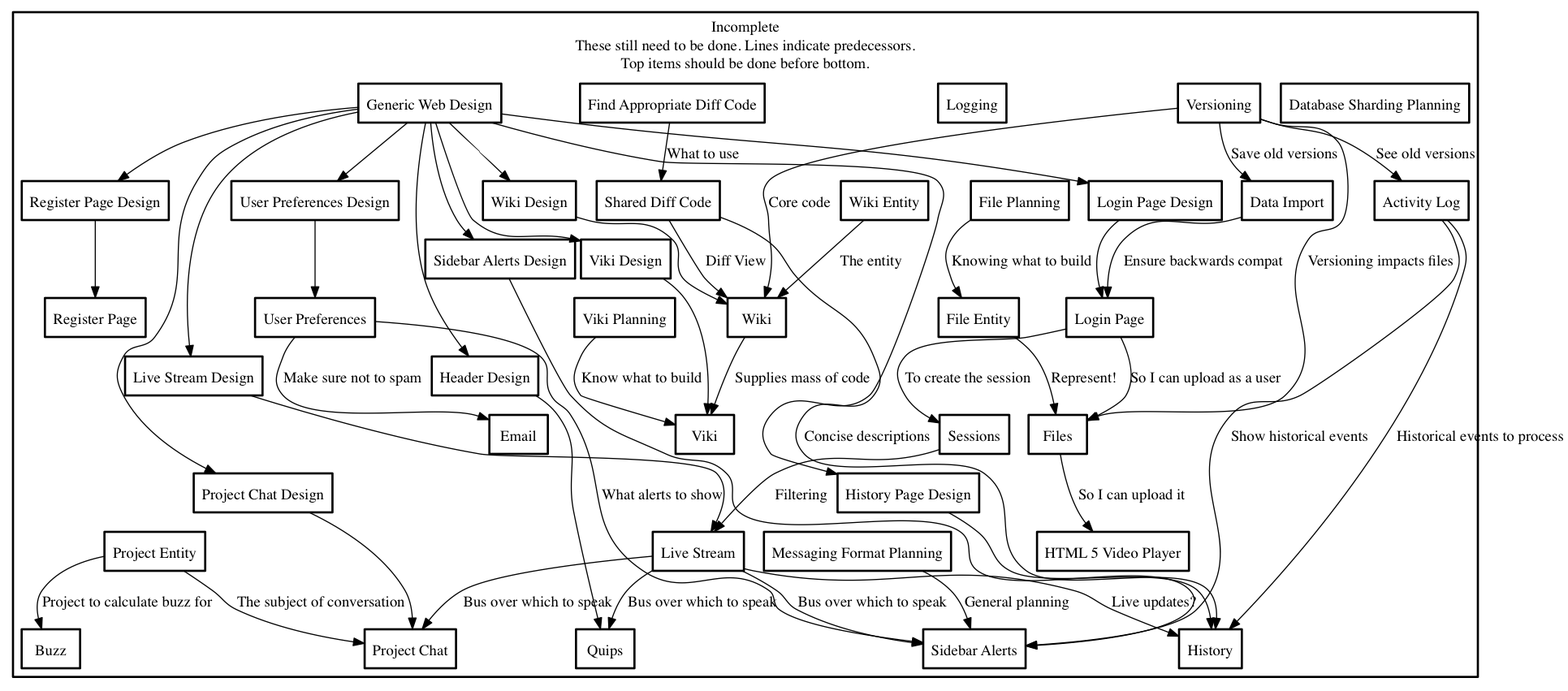
Above: needed.png in negativeview/Velour-1.5 (Graphviz), before the change. Its source is kept beside it as needed.dot.
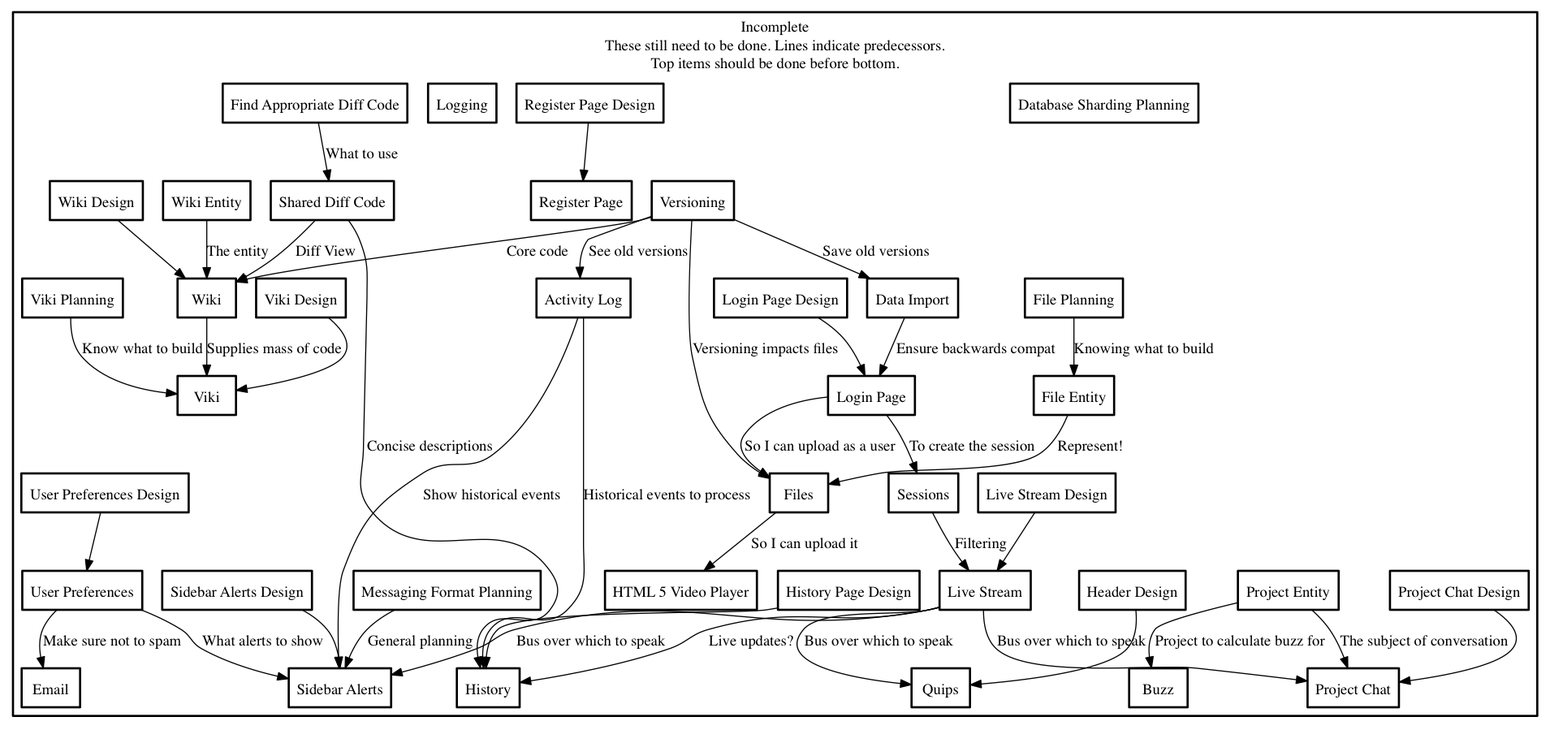
Above is the later version.

Commit message:
Implemented generic design about as well as I can. The design will continue to be informed by individual pages, but this is a good good start.

Diff of the diagram source:
```diff
@@ -43,7 +43,6 @@
         viki [ label="Viki" ];
         viki_design [ label = "Viki Design" ];
         viki_planning [ label = "Viki Planning" ];
-        web_design [ label = "Generic Web Design" ];
         wiki_design [ label = "Wiki Design" ];
         wiki [ label="Wiki" ];
         wiki_entity [ label="Wiki Entity" ];
@@ -84,16 +83,6 @@
     versioning->wiki [ label = "Core code" ];
     viki_design->viki;
     viki_planning->viki [ label = "Know what to build" ];
-    web_design->header_design;
-    web_design->history_design;
-    web_design->live_stream_design;
-    web_design->login_page_design;
-    web_design->project_chat_design;
-    web_design->register_page_design;
-    web_design->sidebar_alerts_design;
-    web_design->user_preferences_design;
-    web_design->viki_design;
-    web_design->wiki_design;
     wiki_design->wiki;
     wiki_entity->wiki [ label = "The entity" ];
     wiki->viki [ label = "Supplies mass of code" ];
```
